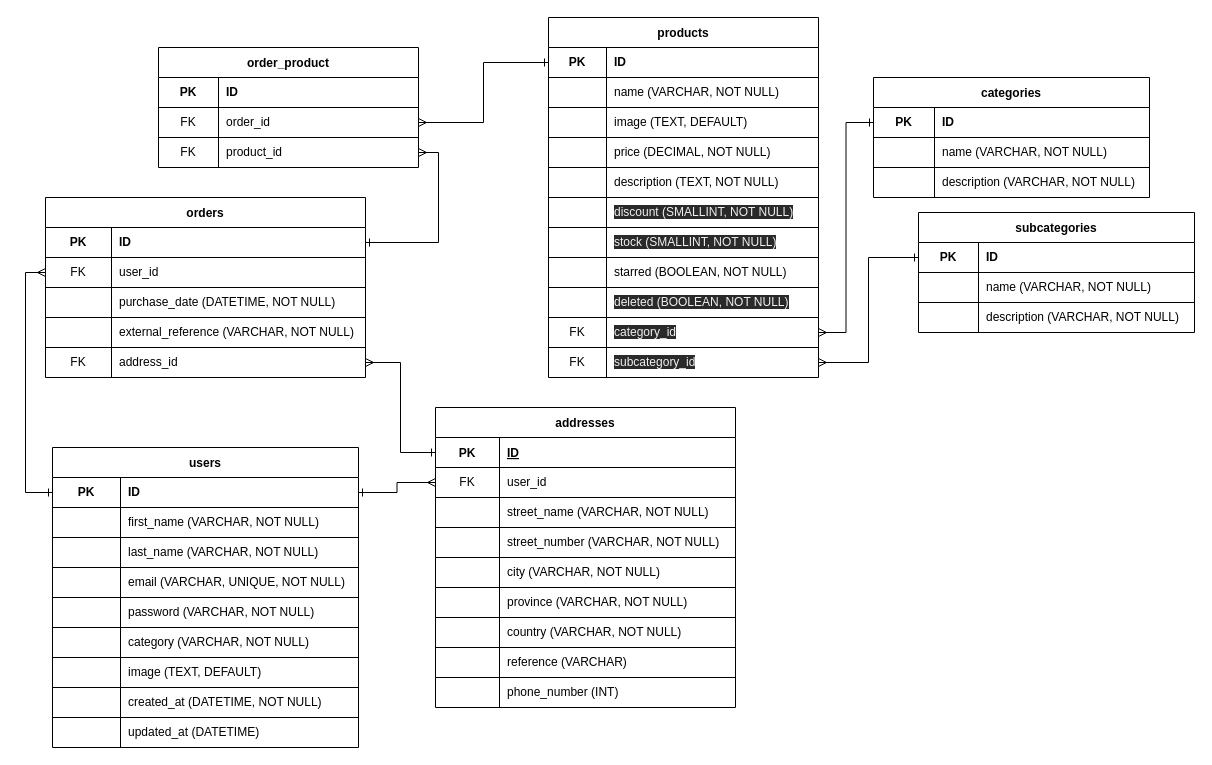
The draw.io diagram decamping-ERD.drawio in 0621CDFSNCN12LAED/grupo-12, before the edit. Source tidied: cells renumbered, new cells numbered last; positions are measured from the earlier drawing's top-left corner, leaving out a move shared by most shapes. Both pictures are drawn from the tidied source at 100%, with x=0, y=0 at pixel (45, 17).
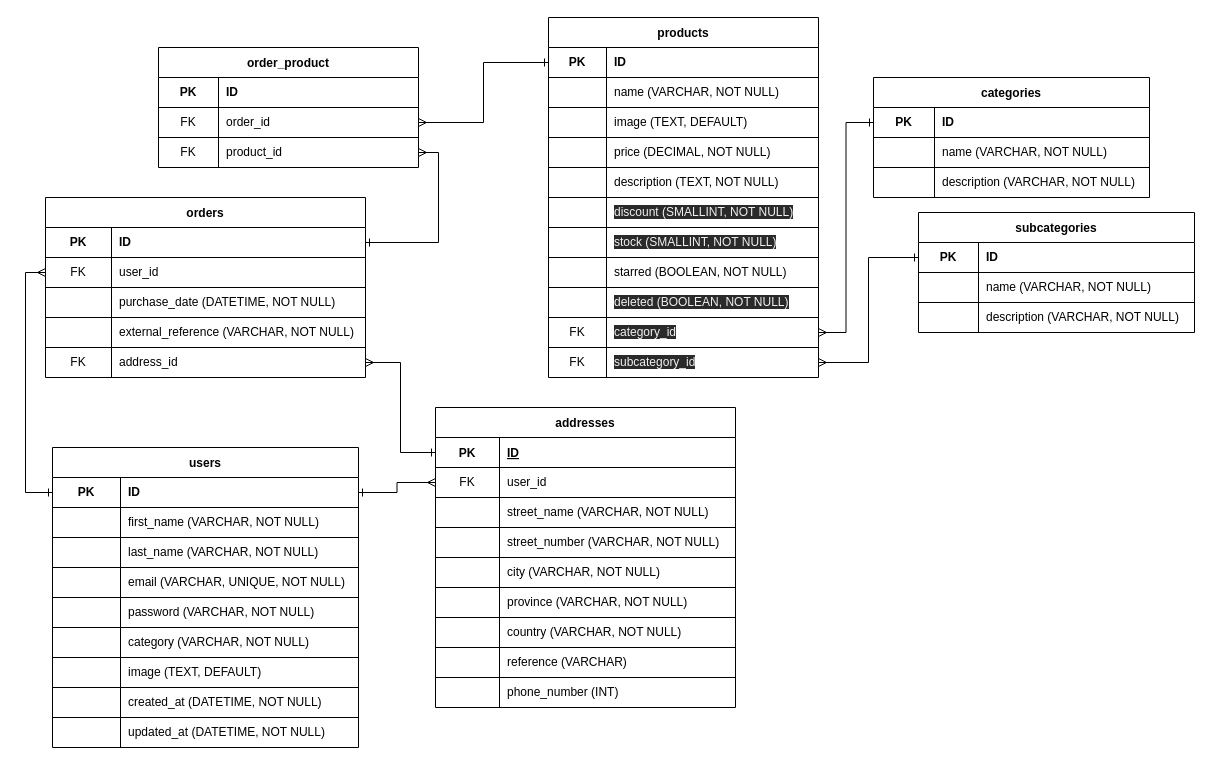
The same page after the edit.

The change refers to these unchanged cells:
```xml
<mxCell id="81" style="shape=partialRectangle;html=1;whiteSpace=wrap;fillColor=none;top=0;left=0;bottom=0;right=0;" parent="56" vertex="1">
  <mxGeometry y="270" width="306" height="30" as="geometry" />
</mxCell>
```

What changed in the source:
```diff
@@
-    <mxCell id="83" value="updated_at (DATETIME)" style="shape=partialRectangle;html=1;whiteSpace=wrap;fillColor=none;top=0;left=0;bottom=0;right=0;align=left;spacingLeft=6;overflow=hidden;" parent="81" vertex="1">
+    <mxCell id="83" value="updated_at (DATETIME, NOT NULL)" style="shape=partialRectangle;html=1;whiteSpace=wrap;fillColor=none;top=0;left=0;bottom=0;right=0;align=left;spacingLeft=6;overflow=hidden;" parent="81" vertex="1">
       <mxGeometry x="68" width="238" height="30" as="geometry" />
     </mxCell>
```
